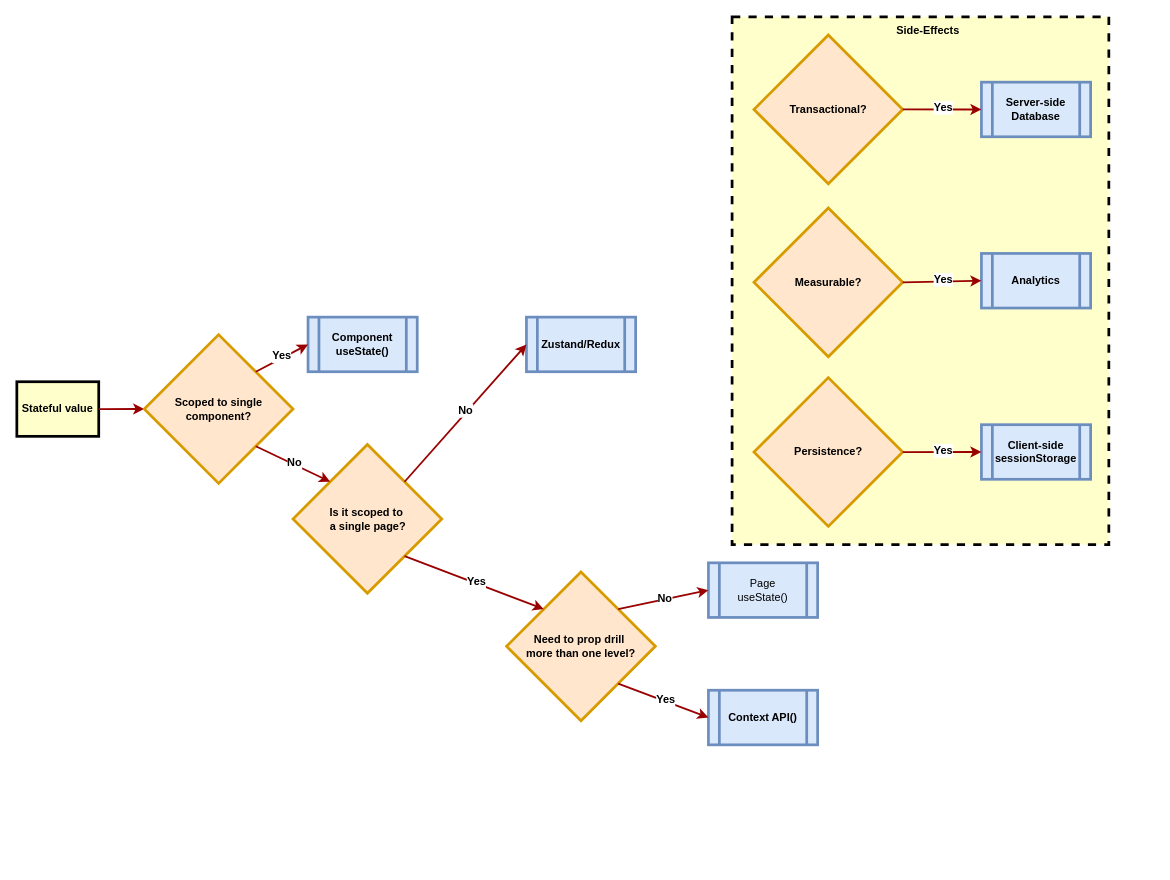
This is state-management.drawio from learnwithgurpreet/b.learnwithgurpreet.me, a draw.io file, before an edit. Source tidied: cells renumbered, new cells numbered last; positions are measured from the earlier drawing's top-left corner, leaving out a move shared by most shapes. Both pictures are drawn from the tidied source at 91%, with x=0, y=0 at pixel (16, 16).
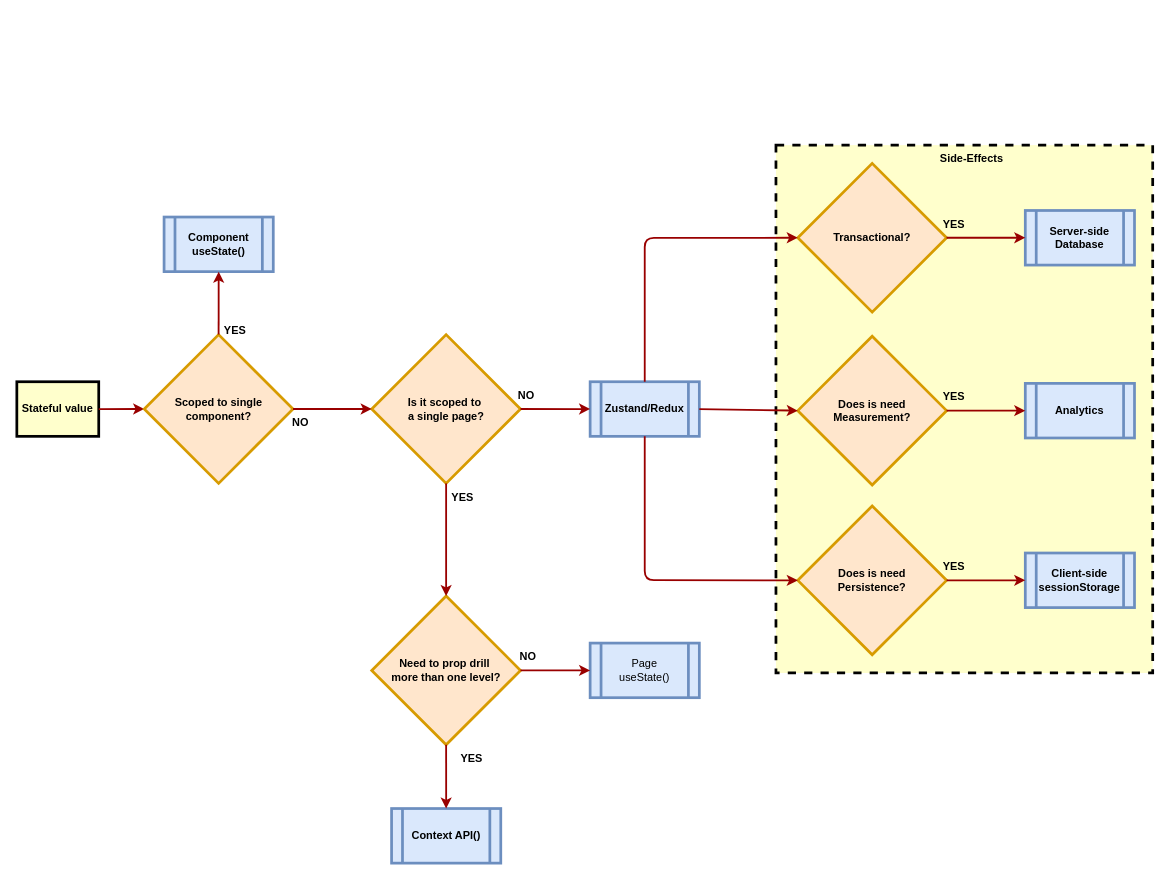
Above is the later version.

The change refers to these unchanged cells:
```xml
<mxCell id="4" value="Scoped to single component?" style="rhombus;whiteSpace=wrap;html=1;strokeColor=#d79b00;strokeWidth=3;align=center;verticalAlign=middle;fontFamily=Helvetica;fontSize=12;fontStyle=1;fillColor=#ffe6cc;" parent="1" vertex="1">
  <mxGeometry x="140" y="349.2" width="163.5" height="163.5" as="geometry" />
</mxCell>
<mxCell id="30" style="edgeStyle=none;noEdgeStyle=1;strokeColor=#990000;strokeWidth=2;exitX=1;exitY=0.5;exitDx=0;exitDy=0;entryX=0;entryY=0.5;entryDx=0;entryDy=0;" parent="1" edge="1" source="24" target="27">
  <mxGeometry relative="1" as="geometry" />
</mxCell>
<mxCell id="32" style="edgeStyle=none;noEdgeStyle=1;strokeColor=#990000;strokeWidth=2;exitX=1;exitY=0.5;exitDx=0;exitDy=0;entryX=0;entryY=0.5;entryDx=0;entryDy=0;" parent="1" edge="1" source="25" target="28">
  <mxGeometry relative="1" as="geometry" />
</mxCell>
<mxCell id="34" style="edgeStyle=none;noEdgeStyle=1;strokeColor=#990000;strokeWidth=2;exitX=1;exitY=0.5;exitDx=0;exitDy=0;entryX=0;entryY=0.5;entryDx=0;entryDy=0;" parent="1" edge="1" source="26" target="29">
  <mxGeometry relative="1" as="geometry" />
</mxCell>
```

The edit, as a diff of the source:
```diff
@@
     <mxCell id="5" value="Component&lt;div&gt;useState()&lt;/div&gt;" style="shape=process;whiteSpace=wrap;html=1;backgroundOutline=1;strokeColor=#6c8ebf;strokeWidth=3;align=center;verticalAlign=middle;fontFamily=Helvetica;fontSize=12;fontStyle=1;fillColor=#dae8fc;" parent="1" vertex="1">
-      <mxGeometry x="320" y="330" width="120" height="60" as="geometry" />
+      <mxGeometry x="161.8" y="220" width="120" height="60" as="geometry" />
     </mxCell>
-    <mxCell id="6" style="edgeStyle=none;noEdgeStyle=1;strokeColor=#990000;strokeWidth=2;exitX=1;exitY=0;exitDx=0;exitDy=0;entryX=0;entryY=0.5;entryDx=0;entryDy=0;" parent="1" edge="1" source="4" target="5">
+    <mxCell id="6" style="edgeStyle=none;noEdgeStyle=1;strokeColor=#990000;strokeWidth=2;exitX=0.5;exitY=0;exitDx=0;exitDy=0;entryX=0.5;entryY=1;entryDx=0;entryDy=0;" parent="1" edge="1" source="4" target="5">
       <mxGeometry relative="1" as="geometry" />
     </mxCell>
-    <mxCell id="7" value="Yes" style="edgeLabel;html=1;align=center;verticalAlign=middle;strokeColor=default;strokeWidth=3;fontFamily=Helvetica;fontSize=12;fontColor=default;fontStyle=1;fillColor=#FFFFCC;" parent="6" vertex="1">
+    <mxCell id="7" style="edgeLabel;html=1;align=center;verticalAlign=middle;strokeColor=default;strokeWidth=3;fontFamily=Helvetica;fontSize=12;fontColor=default;fontStyle=1;fillColor=#FFFFCC;" parent="6" vertex="1">
       <mxGeometry x="0.02" y="2" relative="1" as="geometry" />
     </mxCell>
     <mxCell id="8" value="Is it scoped to&amp;nbsp;&lt;div&gt;a single page?&lt;/div&gt;" style="rhombus;whiteSpace=wrap;html=1;strokeColor=#d79b00;strokeWidth=3;align=center;verticalAlign=middle;fontFamily=Helvetica;fontSize=12;fontStyle=1;fillColor=#ffe6cc;" parent="1" vertex="1">
-      <mxGeometry x="303.5" y="470" width="163.5" height="163.5" as="geometry" />
+      <mxGeometry x="390" y="349.2" width="163.5" height="163.5" as="geometry" />
     </mxCell>
-    <mxCell id="9" style="edgeStyle=none;noEdgeStyle=1;strokeColor=#990000;strokeWidth=2;exitX=1;exitY=1;exitDx=0;exitDy=0;entryX=0;entryY=0;entryDx=0;entryDy=0;" parent="1" edge="1" source="4" target="8">
+    <mxCell id="9" style="edgeStyle=none;noEdgeStyle=1;strokeColor=#990000;strokeWidth=2;exitX=1;exitY=0.5;exitDx=0;exitDy=0;entryX=0;entryY=0.5;entryDx=0;entryDy=0;" parent="1" edge="1" source="4" target="8">
       <mxGeometry relative="1" as="geometry" />
     </mxCell>
-    <mxCell id="10" value="No" style="edgeLabel;html=1;align=center;verticalAlign=middle;strokeColor=default;strokeWidth=3;fontFamily=Helvetica;fontSize=12;fontColor=default;fontStyle=1;fillColor=#FFFFCC;" parent="9" vertex="1">
+    <mxCell id="10" style="edgeLabel;html=1;align=center;verticalAlign=middle;strokeColor=default;strokeWidth=3;fontFamily=Helvetica;fontSize=12;fontColor=default;fontStyle=1;fillColor=#FFFFCC;" parent="9" vertex="1">
       <mxGeometry x="0.02" y="2" relative="1" as="geometry" />
     </mxCell>
     <mxCell id="11" value="Zustand/Redux" style="shape=process;whiteSpace=wrap;html=1;backgroundOutline=1;strokeColor=#6c8ebf;strokeWidth=3;align=center;verticalAlign=middle;fontFamily=Helvetica;fontSize=12;fontStyle=1;fillColor=#dae8fc;" parent="1" vertex="1">
-      <mxGeometry x="560" y="330" width="120" height="60" as="geometry" />
+      <mxGeometry x="630" y="401" width="120" height="60" as="geometry" />
     </mxCell>
-    <mxCell id="12" style="edgeStyle=none;noEdgeStyle=1;strokeColor=#990000;strokeWidth=2;exitX=1;exitY=0;exitDx=0;exitDy=0;entryX=0;entryY=0.5;entryDx=0;entryDy=0;" parent="1" edge="1" source="8" target="11">
+    <mxCell id="12" style="edgeStyle=none;noEdgeStyle=1;strokeColor=#990000;strokeWidth=2;exitX=1;exitY=0.5;exitDx=0;exitDy=0;entryX=0;entryY=0.5;entryDx=0;entryDy=0;" parent="1" edge="1" source="8" target="11">
       <mxGeometry relative="1" as="geometry" />
     </mxCell>
-    <mxCell id="13" value="No" style="edgeLabel;html=1;align=center;verticalAlign=middle;strokeColor=default;strokeWidth=3;fontFamily=Helvetica;fontSize=12;fontColor=default;fontStyle=1;fillColor=#FFFFCC;" parent="12" vertex="1">
+    <mxCell id="13" style="edgeLabel;html=1;align=center;verticalAlign=middle;strokeColor=default;strokeWidth=3;fontFamily=Helvetica;fontSize=12;fontColor=default;fontStyle=1;fillColor=#FFFFCC;" parent="12" vertex="1">
       <mxGeometry x="0.02" y="2" relative="1" as="geometry" />
     </mxCell>
     <mxCell id="14" value="Need to prop drill&amp;nbsp;&lt;div&gt;more than one level?&lt;/div&gt;" style="rhombus;whiteSpace=wrap;html=1;strokeColor=#d79b00;strokeWidth=3;align=center;verticalAlign=middle;fontFamily=Helvetica;fontSize=12;fontStyle=1;fillColor=#ffe6cc;" parent="1" vertex="1">
-      <mxGeometry x="538.2" y="610" width="163.5" height="163.5" as="geometry" />
+      <mxGeometry x="390" y="636.5" width="163.5" height="163.5" as="geometry" />
     </mxCell>
-    <mxCell id="15" style="edgeStyle=none;noEdgeStyle=1;strokeColor=#990000;strokeWidth=2;exitX=1;exitY=1;exitDx=0;exitDy=0;entryX=0;entryY=0;entryDx=0;entryDy=0;" parent="1" edge="1" source="8" target="14">
+    <mxCell id="15" style="edgeStyle=none;noEdgeStyle=1;strokeColor=#990000;strokeWidth=2;exitX=0.5;exitY=1;exitDx=0;exitDy=0;entryX=0.5;entryY=0;entryDx=0;entryDy=0;" parent="1" edge="1" source="8" target="14">
       <mxGeometry relative="1" as="geometry" />
     </mxCell>
-    <mxCell id="16" value="Yes" style="edgeLabel;html=1;align=center;verticalAlign=middle;strokeColor=default;strokeWidth=3;fontFamily=Helvetica;fontSize=12;fontColor=default;fontStyle=1;fillColor=#FFFFCC;" parent="15" vertex="1">
+    <mxCell id="16" style="edgeLabel;html=1;align=center;verticalAlign=middle;strokeColor=default;strokeWidth=3;fontFamily=Helvetica;fontSize=12;fontColor=default;fontStyle=1;fillColor=#FFFFCC;" parent="15" vertex="1">
       <mxGeometry x="0.02" y="2" relative="1" as="geometry" />
     </mxCell>
     <mxCell id="17" value="Page&lt;div&gt;useState()&lt;/div&gt;" style="shape=process;whiteSpace=wrap;html=1;backgroundOutline=1;strokeColor=#6c8ebf;strokeWidth=3;align=center;verticalAlign=middle;fontFamily=Helvetica;fontSize=12;fontStyle=0;fillColor=#dae8fc;" parent="1" vertex="1">
-      <mxGeometry x="760" y="600" width="120" height="60" as="geometry" />
+      <mxGeometry x="630" y="688.2" width="120" height="60" as="geometry" />
     </mxCell>
     <mxCell id="18" value="Context API()" style="shape=process;whiteSpace=wrap;html=1;backgroundOutline=1;strokeColor=#6c8ebf;strokeWidth=3;align=center;verticalAlign=middle;fontFamily=Helvetica;fontSize=12;fontStyle=1;fillColor=#dae8fc;" parent="1" vertex="1">
-      <mxGeometry x="760" y="740" width="120" height="60" as="geometry" />
+      <mxGeometry x="411.8" y="870" width="120" height="60" as="geometry" />
     </mxCell>
-    <mxCell id="19" style="edgeStyle=none;noEdgeStyle=1;strokeColor=#990000;strokeWidth=2;exitX=1;exitY=1;exitDx=0;exitDy=0;entryX=0;entryY=0.5;entryDx=0;entryDy=0;" parent="1" edge="1" source="14" target="18">
+    <mxCell id="19" style="edgeStyle=none;noEdgeStyle=1;strokeColor=#990000;strokeWidth=2;exitX=0.5;exitY=1;exitDx=0;exitDy=0;entryX=0.5;entryY=0;entryDx=0;entryDy=0;" parent="1" edge="1" source="14" target="18">
       <mxGeometry relative="1" as="geometry" />
     </mxCell>
-    <mxCell id="20" value="Yes" style="edgeLabel;html=1;align=center;verticalAlign=middle;strokeColor=default;strokeWidth=3;fontFamily=Helvetica;fontSize=12;fontColor=default;fontStyle=1;fillColor=#FFFFCC;" parent="19" vertex="1">
+    <mxCell id="20" style="edgeLabel;html=1;align=center;verticalAlign=middle;strokeColor=default;strokeWidth=3;fontFamily=Helvetica;fontSize=12;fontColor=default;fontStyle=1;fillColor=#FFFFCC;" parent="19" vertex="1">
       <mxGeometry x="0.02" y="2" relative="1" as="geometry" />
     </mxCell>
-    <mxCell id="21" style="edgeStyle=none;noEdgeStyle=1;strokeColor=#990000;strokeWidth=2;exitX=1;exitY=0;exitDx=0;exitDy=0;entryX=0;entryY=0.5;entryDx=0;entryDy=0;" parent="1" edge="1" source="14" target="17">
+    <mxCell id="21" style="edgeStyle=none;noEdgeStyle=1;strokeColor=#990000;strokeWidth=2;exitX=1;exitY=0.5;exitDx=0;exitDy=0;entryX=0;entryY=0.5;entryDx=0;entryDy=0;" parent="1" edge="1" source="14" target="17">
       <mxGeometry relative="1" as="geometry" />
     </mxCell>
-    <mxCell id="22" value="No" style="edgeLabel;html=1;align=center;verticalAlign=middle;strokeColor=default;strokeWidth=3;fontFamily=Helvetica;fontSize=12;fontColor=default;fontStyle=1;fillColor=#FFFFCC;" parent="21" vertex="1">
+    <mxCell id="22" style="edgeLabel;html=1;align=center;verticalAlign=middle;strokeColor=default;strokeWidth=3;fontFamily=Helvetica;fontSize=12;fontColor=default;fontStyle=1;fillColor=#FFFFCC;" parent="21" vertex="1">
       <mxGeometry x="0.02" y="2" relative="1" as="geometry" />
     </mxCell>
     <mxCell id="23" style="rounded=0;whiteSpace=wrap;html=1;strokeColor=default;strokeWidth=3;align=center;verticalAlign=middle;fontFamily=Helvetica;fontSize=12;fontColor=default;fontStyle=1;fillColor=#FFFFCC;dashed=1;" parent="1" vertex="1">
-      <mxGeometry x="786" width="414" height="580" as="geometry" />
+      <mxGeometry x="834.2" y="141" width="414" height="580" as="geometry" />
     </mxCell>
     <mxCell id="24" value="Transactional?" style="rhombus;whiteSpace=wrap;html=1;strokeColor=#d79b00;strokeWidth=3;align=center;verticalAlign=middle;fontFamily=Helvetica;fontSize=12;fontStyle=1;fillColor=#ffe6cc;" parent="1" vertex="1">
-      <mxGeometry x="810" y="20" width="163.5" height="163.5" as="geometry" />
+      <mxGeometry x="858.2" y="161" width="163.5" height="163.5" as="geometry" />
     </mxCell>
-    <mxCell id="25" value="Measurable?" style="rhombus;whiteSpace=wrap;html=1;strokeColor=#d79b00;strokeWidth=3;align=center;verticalAlign=middle;fontFamily=Helvetica;fontSize=12;fontStyle=1;fillColor=#ffe6cc;" parent="1" vertex="1">
-      <mxGeometry x="810" y="210" width="163.5" height="163.5" as="geometry" />
+    <mxCell id="25" value="Does is need&lt;div&gt;Measurement?&lt;/div&gt;" style="rhombus;whiteSpace=wrap;html=1;strokeColor=#d79b00;strokeWidth=3;align=center;verticalAlign=middle;fontFamily=Helvetica;fontSize=12;fontStyle=1;fillColor=#ffe6cc;" parent="1" vertex="1">
+      <mxGeometry x="858.2" y="351" width="163.5" height="163.5" as="geometry" />
     </mxCell>
-    <mxCell id="26" value="Persistence?" style="rhombus;whiteSpace=wrap;html=1;strokeColor=#d79b00;strokeWidth=3;align=center;verticalAlign=middle;fontFamily=Helvetica;fontSize=12;fontStyle=1;fillColor=#ffe6cc;" parent="1" vertex="1">
-      <mxGeometry x="810" y="396.5" width="163.5" height="163.5" as="geometry" />
+    <mxCell id="26" value="Does is need&lt;div&gt;Persistence?&lt;/div&gt;" style="rhombus;whiteSpace=wrap;html=1;strokeColor=#d79b00;strokeWidth=3;align=center;verticalAlign=middle;fontFamily=Helvetica;fontSize=12;fontStyle=1;fillColor=#ffe6cc;" parent="1" vertex="1">
+      <mxGeometry x="858.2" y="537.5" width="163.5" height="163.5" as="geometry" />
     </mxCell>
     <mxCell id="27" value="Server-side&lt;div&gt;Database&lt;/div&gt;" style="shape=process;whiteSpace=wrap;html=1;backgroundOutline=1;strokeColor=#6c8ebf;strokeWidth=3;align=center;verticalAlign=middle;fontFamily=Helvetica;fontSize=12;fontStyle=1;fillColor=#dae8fc;" parent="1" vertex="1">
-      <mxGeometry x="1060" y="71.8" width="120" height="60" as="geometry" />
+      <mxGeometry x="1108.2" y="212.8" width="120" height="60" as="geometry" />
     </mxCell>
     <mxCell id="28" value="Analytics" style="shape=process;whiteSpace=wrap;html=1;backgroundOutline=1;strokeColor=#6c8ebf;strokeWidth=3;align=center;verticalAlign=middle;fontFamily=Helvetica;fontSize=12;fontStyle=1;fillColor=#dae8fc;" parent="1" vertex="1">
-      <mxGeometry x="1060" y="260" width="120" height="60" as="geometry" />
+      <mxGeometry x="1108.2" y="402.8" width="120" height="60" as="geometry" />
     </mxCell>
     <mxCell id="29" value="Client-side&lt;div&gt;sessionStorage&lt;/div&gt;" style="shape=process;whiteSpace=wrap;html=1;backgroundOutline=1;strokeColor=#6c8ebf;strokeWidth=3;align=center;verticalAlign=middle;fontFamily=Helvetica;fontSize=12;fontStyle=1;fillColor=#dae8fc;" parent="1" vertex="1">
-      <mxGeometry x="1060" y="448.2" width="120" height="60" as="geometry" />
+      <mxGeometry x="1108.2" y="589.2" width="120" height="60" as="geometry" />
     </mxCell>
@@
-    <mxCell id="31" value="Yes" style="edgeLabel;html=1;align=center;verticalAlign=middle;strokeColor=default;strokeWidth=3;fontFamily=Helvetica;fontSize=12;fontColor=default;fontStyle=1;fillColor=#FFFFCC;" parent="30" vertex="1">
+    <mxCell id="31" style="edgeLabel;html=1;align=center;verticalAlign=middle;strokeColor=default;strokeWidth=3;fontFamily=Helvetica;fontSize=12;fontColor=default;fontStyle=1;fillColor=#FFFFCC;" parent="30" vertex="1">
       <mxGeometry x="0.02" y="2" relative="1" as="geometry" />
     </mxCell>
@@
-    <mxCell id="33" value="Yes" style="edgeLabel;html=1;align=center;verticalAlign=middle;strokeColor=default;strokeWidth=3;fontFamily=Helvetica;fontSize=12;fontColor=default;fontStyle=1;fillColor=#FFFFCC;" parent="32" vertex="1">
+    <mxCell id="33" style="edgeLabel;html=1;align=center;verticalAlign=middle;strokeColor=default;strokeWidth=3;fontFamily=Helvetica;fontSize=12;fontColor=default;fontStyle=1;fillColor=#FFFFCC;" parent="32" vertex="1">
       <mxGeometry x="0.02" y="2" relative="1" as="geometry" />
     </mxCell>
@@
-    <mxCell id="35" value="Yes" style="edgeLabel;html=1;align=center;verticalAlign=middle;strokeColor=default;strokeWidth=3;fontFamily=Helvetica;fontSize=12;fontColor=default;fontStyle=1;fillColor=#FFFFCC;" parent="34" vertex="1">
+    <mxCell id="35" style="edgeLabel;html=1;align=center;verticalAlign=middle;strokeColor=default;strokeWidth=3;fontFamily=Helvetica;fontSize=12;fontColor=default;fontStyle=1;fillColor=#FFFFCC;" parent="34" vertex="1">
       <mxGeometry x="0.02" y="2" relative="1" as="geometry" />
     </mxCell>
     <mxCell id="36" value="Side-Effects" style="text;html=1;align=center;verticalAlign=middle;whiteSpace=wrap;rounded=0;fontFamily=Helvetica;fontSize=12;fontColor=default;fontStyle=1;" parent="1" vertex="1">
-      <mxGeometry x="963" width="77" height="30" as="geometry" />
+      <mxGeometry x="1011.2" y="141" width="77" height="30" as="geometry" />
     </mxCell>
+    <mxCell id="37" style="edgeStyle=none;noEdgeStyle=1;strokeColor=#990000;strokeWidth=2;exitX=0.5;exitY=0;exitDx=0;exitDy=0;entryX=0;entryY=0.5;entryDx=0;entryDy=0;" parent="1" edge="1" source="11" target="24">
+      <mxGeometry relative="1" as="geometry">
+        <Array as="points">
+          <mxPoint x="690" y="243" />
+        </Array>
+      </mxGeometry>
+    </mxCell>
+    <mxCell id="38" style="edgeLabel;html=1;align=center;verticalAlign=middle;strokeColor=default;strokeWidth=3;fontFamily=Helvetica;fontSize=12;fontColor=default;fontStyle=1;fillColor=#FFFFCC;" parent="37" vertex="1">
+      <mxGeometry x="0.02" y="2" relative="1" as="geometry" />
+    </mxCell>
+    <mxCell id="39" style="edgeStyle=none;noEdgeStyle=1;strokeColor=#990000;strokeWidth=2;entryX=0;entryY=0.5;entryDx=0;entryDy=0;exitX=1;exitY=0.5;exitDx=0;exitDy=0;" parent="1" edge="1" source="11" target="25">
+      <mxGeometry relative="1" as="geometry" />
+    </mxCell>
+    <mxCell id="40" style="edgeLabel;html=1;align=center;verticalAlign=middle;strokeColor=default;strokeWidth=3;fontFamily=Helvetica;fontSize=12;fontColor=default;fontStyle=1;fillColor=#FFFFCC;" parent="39" vertex="1">
+      <mxGeometry x="0.02" y="2" relative="1" as="geometry" />
+    </mxCell>
+    <mxCell id="41" style="edgeStyle=none;noEdgeStyle=1;strokeColor=#990000;strokeWidth=2;entryX=0;entryY=0.5;entryDx=0;entryDy=0;exitX=0.5;exitY=1;exitDx=0;exitDy=0;" parent="1" edge="1" source="11" target="26">
+      <mxGeometry relative="1" as="geometry">
+        <Array as="points">
+          <mxPoint x="690" y="619" />
+        </Array>
+      </mxGeometry>
+    </mxCell>
+    <mxCell id="42" style="edgeLabel;html=1;align=center;verticalAlign=middle;strokeColor=default;strokeWidth=3;fontFamily=Helvetica;fontSize=12;fontColor=default;fontStyle=1;fillColor=#FFFFCC;" parent="41" vertex="1">
+      <mxGeometry x="0.02" y="2" relative="1" as="geometry" />
+    </mxCell>
+    <mxCell id="43" value="YES" style="text;html=1;align=center;verticalAlign=middle;whiteSpace=wrap;rounded=0;fontStyle=1;" parent="1" vertex="1">
+      <mxGeometry x="460" y="512.8" width="60" height="30" as="geometry" />
+    </mxCell>
+    <mxCell id="44" value="YES" style="text;html=1;align=center;verticalAlign=middle;whiteSpace=wrap;rounded=0;fontStyle=1;" parent="1" vertex="1">
+      <mxGeometry x="210" y="330" width="60" height="30" as="geometry" />
+    </mxCell>
+    <mxCell id="45" value="NO" style="text;html=1;align=center;verticalAlign=middle;whiteSpace=wrap;rounded=0;fontStyle=1;" parent="1" vertex="1">
+      <mxGeometry x="281.8" y="431" width="60" height="30" as="geometry" />
+    </mxCell>
+    <mxCell id="46" value="NO" style="text;html=1;align=center;verticalAlign=middle;whiteSpace=wrap;rounded=0;fontStyle=1;" parent="1" vertex="1">
+      <mxGeometry x="530" y="401" width="60" height="30" as="geometry" />
+    </mxCell>
+    <mxCell id="47" value="YES" style="text;html=1;align=center;verticalAlign=middle;whiteSpace=wrap;rounded=0;fontStyle=1;" parent="1" vertex="1">
+      <mxGeometry x="470" y="800" width="60" height="30" as="geometry" />
+    </mxCell>
+    <mxCell id="48" value="NO" style="text;html=1;align=center;verticalAlign=middle;whiteSpace=wrap;rounded=0;fontStyle=1;" parent="1" vertex="1">
+      <mxGeometry x="531.8" y="688.2" width="60" height="30" as="geometry" />
+    </mxCell>
+    <mxCell id="49" value="YES" style="text;html=1;align=center;verticalAlign=middle;whiteSpace=wrap;rounded=0;fontStyle=1;" parent="1" vertex="1">
+      <mxGeometry x="1000" y="212.8" width="60" height="30" as="geometry" />
+    </mxCell>
+    <mxCell id="50" value="YES" style="text;html=1;align=center;verticalAlign=middle;whiteSpace=wrap;rounded=0;fontStyle=1;" parent="1" vertex="1">
+      <mxGeometry x="1000" y="402.8" width="60" height="30" as="geometry" />
+    </mxCell>
+    <mxCell id="51" value="YES" style="text;html=1;align=center;verticalAlign=middle;whiteSpace=wrap;rounded=0;fontStyle=1;" parent="1" vertex="1">
+      <mxGeometry x="1000" y="589.2" width="60" height="30" as="geometry" />
+    </mxCell>
```
